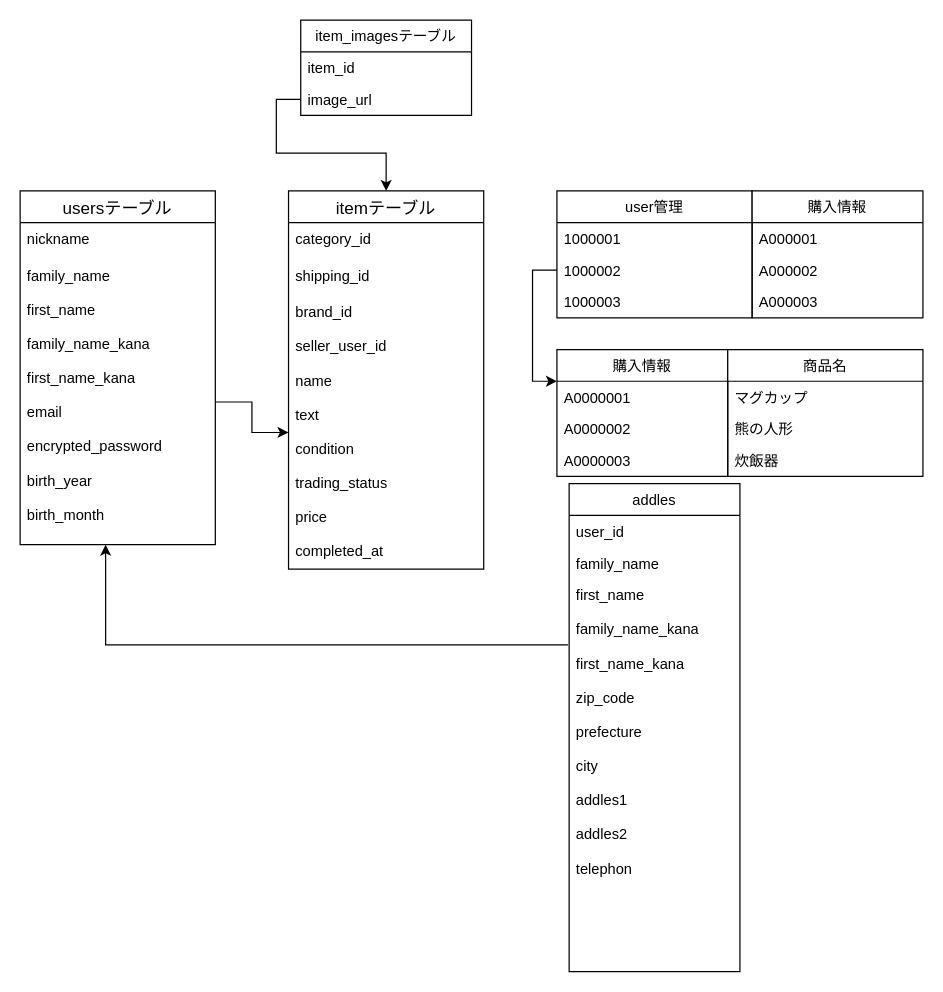
techman104/furima362381 keeps this draw.io diagram as app/test.dio. Above is the earlier version. Source tidied: cells renumbered, new cells numbered last; positions are measured from the earlier drawing's top-left corner, leaving out a move shared by most shapes. Both pictures are drawn from the tidied source at 122%, with x=0, y=0 at pixel (20, 20).
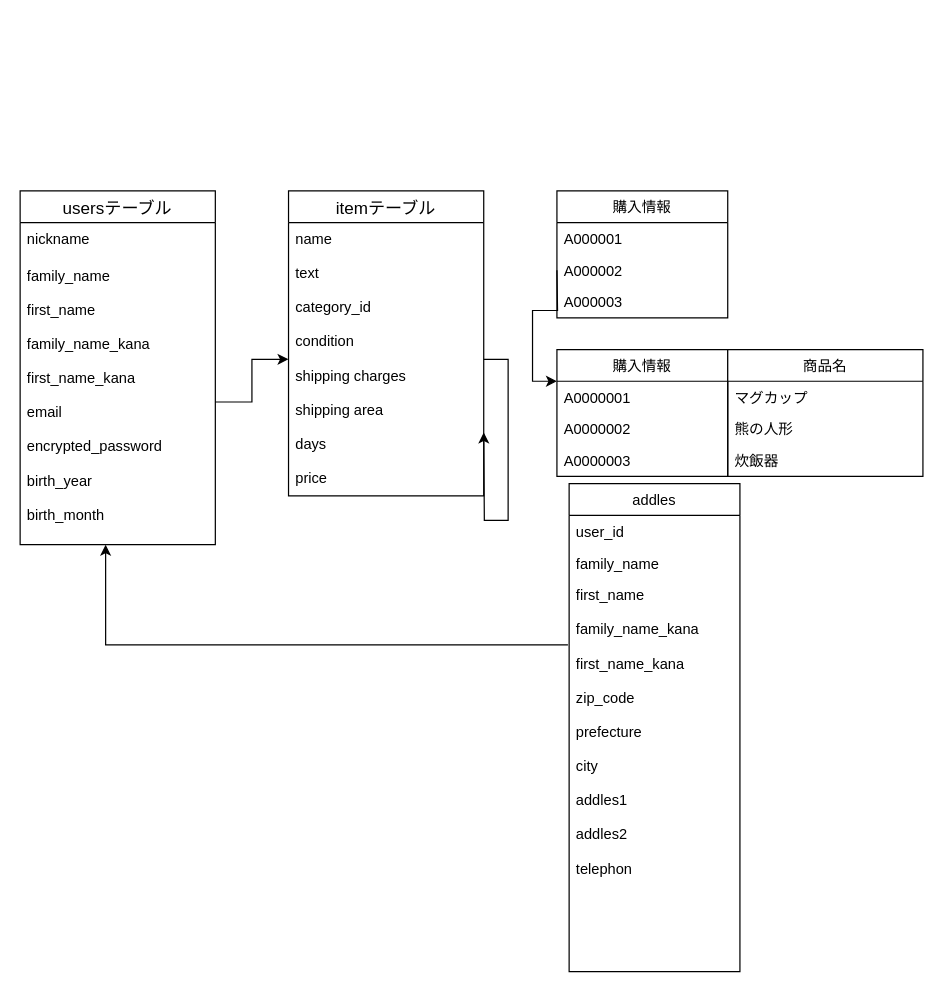
After the change.

Commit message (it also covers changes not shown here):
read meの修正

The change refers to these unchanged cells:
```xml
<mxCell id="25" value="購入情報" style="swimlane;fontStyle=0;horizontal=1;startSize=26;" parent="1" vertex="1">
  <mxGeometry x="440" y="270" width="140" height="104" as="geometry" />
</mxCell>
```

What changed in the source:
```diff
@@
+    <mxCell id="38" style="edgeStyle=orthogonalEdgeStyle;rounded=0;jettySize=auto;html=1;exitX=0.5;exitY=0;exitDx=0;exitDy=0;" parent="1" edge="1" source="5">
+      <mxGeometry relative="1" as="geometry">
+        <mxPoint x="300" y="140" as="targetPoint" />
+      </mxGeometry>
+    </mxCell>
     <mxCell id="5" value="itemテーブル" style="swimlane;fontStyle=0;horizontal=1;startSize=26;align=center;fontSize=14;" parent="1" vertex="1">
-      <mxGeometry x="220" y="140" width="160" height="310" as="geometry" />
+      <mxGeometry x="220" y="140" width="160" height="250" as="geometry" />
     </mxCell>
-    <mxCell id="6" value="category_id&#10;" style="text;strokeColor=none;fillColor=none;spacingLeft=4;spacingRight=4;overflow=hidden;fontSize=12;" parent="5" vertex="1">
-      <mxGeometry y="26" width="160" height="30" as="geometry" />
-    </mxCell>
-    <mxCell id="7" value="shipping_id" style="text;strokeColor=none;fillColor=none;spacingLeft=4;spacingRight=4;overflow=hidden;fontSize=12;" parent="5" vertex="1">
-      <mxGeometry y="56" width="160" height="30" as="geometry" />
-    </mxCell>
-    <mxCell id="8" value="brand_id&#10;&#10;seller_user_id&#10;&#10;name&#10;&#10;text&#10;&#10;condition&#10;&#10;trading_status&#10;&#10;price&#10;&#10;completed_at" style="text;strokeColor=none;fillColor=none;spacingLeft=4;spacingRight=4;overflow=hidden;points=[[0,0.5],[1,0.5]];portConstraint=eastwest;fontSize=12;" parent="5" vertex="1">
-      <mxGeometry y="86" width="160" height="224" as="geometry" />
+    <mxCell id="8" value="name&#10;&#10;text&#10;&#10;category_id&#10;&#10;condition&#10;&#10;shipping charges&#10;&#10;shipping area&#10;&#10;days&#10;&#10;price&#10;&#10;" style="text;strokeColor=none;fillColor=none;spacingLeft=4;spacingRight=4;overflow=hidden;points=[[0,0.5],[1,0.5]];portConstraint=eastwest;fontSize=12;" parent="5" vertex="1">
+      <mxGeometry y="26" width="160" height="224" as="geometry" />
     </mxCell>
@@
-    <mxCell id="13" value="item_imagesテーブル" style="swimlane;fontStyle=0;horizontal=1;startSize=26;" parent="1" vertex="1">
-      <mxGeometry x="230" width="140" height="78" as="geometry" />
-    </mxCell>
-    <mxCell id="14" value="item_id&#10;" style="text;strokeColor=none;fillColor=none;align=left;verticalAlign=top;spacingLeft=4;spacingRight=4;overflow=hidden;" parent="13" vertex="1">
-      <mxGeometry y="26" width="140" height="26" as="geometry" />
-    </mxCell>
-    <mxCell id="15" value="image_url" style="text;strokeColor=none;fillColor=none;align=left;verticalAlign=top;spacingLeft=4;spacingRight=4;overflow=hidden;points=[[0,0.5],[1,0.5]];portConstraint=eastwest;" parent="13" vertex="1">
-      <mxGeometry y="52" width="140" height="26" as="geometry" />
-    </mxCell>
-    <mxCell id="16" style="edgeStyle=orthogonalEdgeStyle;rounded=0;jettySize=auto;html=1;exitX=0;exitY=0.5;exitDx=0;exitDy=0;entryX=0.5;entryY=0;entryDx=0;entryDy=0;" parent="1" edge="1" source="15" target="5">
-      <mxGeometry relative="1" as="geometry" />
+    <mxCell id="16" style="edgeStyle=orthogonalEdgeStyle;rounded=0;jettySize=auto;html=1;entryX=0.5;entryY=0;entryDx=0;entryDy=0;" parent="1" edge="1" target="5">
+      <mxGeometry relative="1" as="geometry">
+        <mxPoint x="300" y="140" as="sourcePoint" />
+      </mxGeometry>
     </mxCell>
-    <mxCell id="17" value="user管理" style="swimlane;fontStyle=0;horizontal=1;startSize=26;" parent="1" vertex="1">
-      <mxGeometry x="440" y="140" width="160" height="104" as="geometry" />
-    </mxCell>
-    <mxCell id="18" value="1000001" style="text;strokeColor=none;fillColor=none;align=left;verticalAlign=top;spacingLeft=4;spacingRight=4;overflow=hidden;" parent="17" vertex="1">
-      <mxGeometry y="26" width="160" height="26" as="geometry" />
-    </mxCell>
-    <mxCell id="19" value="1000002&#10;" style="text;strokeColor=none;fillColor=none;align=left;verticalAlign=top;spacingLeft=4;spacingRight=4;overflow=hidden;points=[[0,0.5],[1,0.5]];portConstraint=eastwest;" parent="17" vertex="1">
-      <mxGeometry y="52" width="160" height="26" as="geometry" />
-    </mxCell>
-    <mxCell id="20" value="1000003" style="text;strokeColor=none;fillColor=none;align=left;verticalAlign=top;spacingLeft=4;spacingRight=4;overflow=hidden;" parent="17" vertex="1">
-      <mxGeometry y="78" width="160" height="26" as="geometry" />
-    </mxCell>
     <mxCell id="21" value="購入情報" style="swimlane;fontStyle=0;horizontal=1;startSize=26;" parent="1" vertex="1">
-      <mxGeometry x="600" y="140" width="140" height="104" as="geometry" />
+      <mxGeometry x="440" y="140" width="140" height="104" as="geometry" />
     </mxCell>
@@
-    <mxCell id="33" style="edgeStyle=orthogonalEdgeStyle;rounded=0;jettySize=auto;html=1;exitX=0;exitY=0.5;exitDx=0;exitDy=0;entryX=0;entryY=0.25;entryDx=0;entryDy=0;" parent="1" edge="1" source="19" target="25">
-      <mxGeometry relative="1" as="geometry" />
+    <mxCell id="33" style="edgeStyle=orthogonalEdgeStyle;rounded=0;jettySize=auto;html=1;exitX=0;exitY=0.5;exitDx=0;exitDy=0;entryX=0;entryY=0.25;entryDx=0;entryDy=0;" parent="1" edge="1" target="25">
+      <mxGeometry relative="1" as="geometry">
+        <mxPoint x="440" y="205" as="sourcePoint" />
+      </mxGeometry>
     </mxCell>
```
